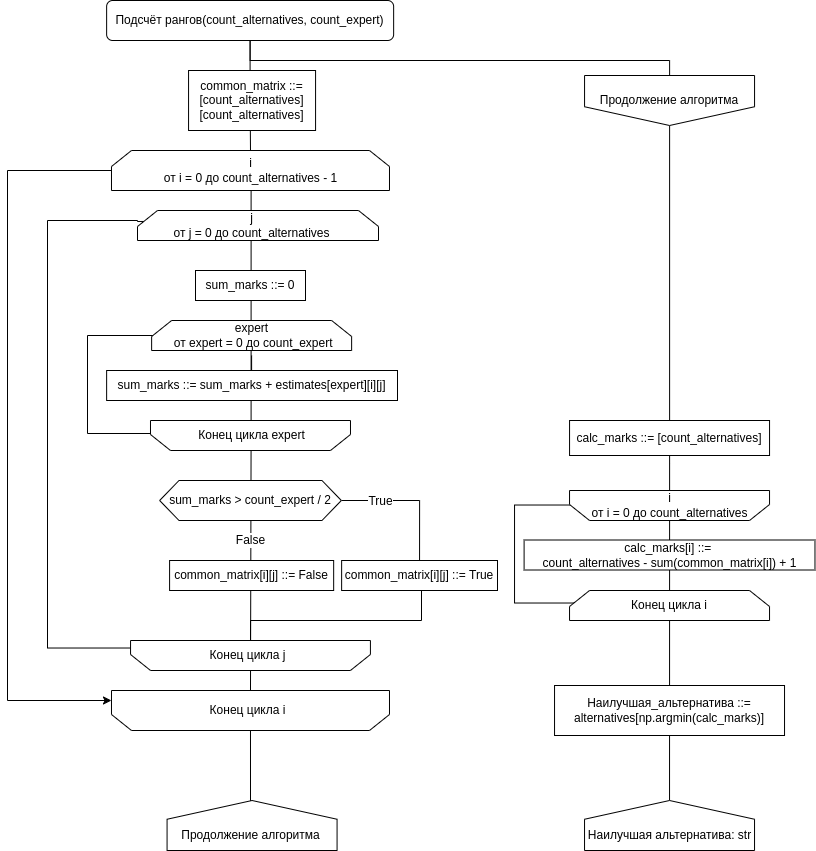
Above: 3_курс/5_семестр/ТСиСА/Курсовая/Диаграммы/диаграммы-Подсчёт рангов.drawio.png in Luzinsan/tusur (draw.io), before the change. Source tidied: cells renumbered, new cells last; positions are measured from the earlier drawing's top-left corner, leaving out a move shared by most shapes.
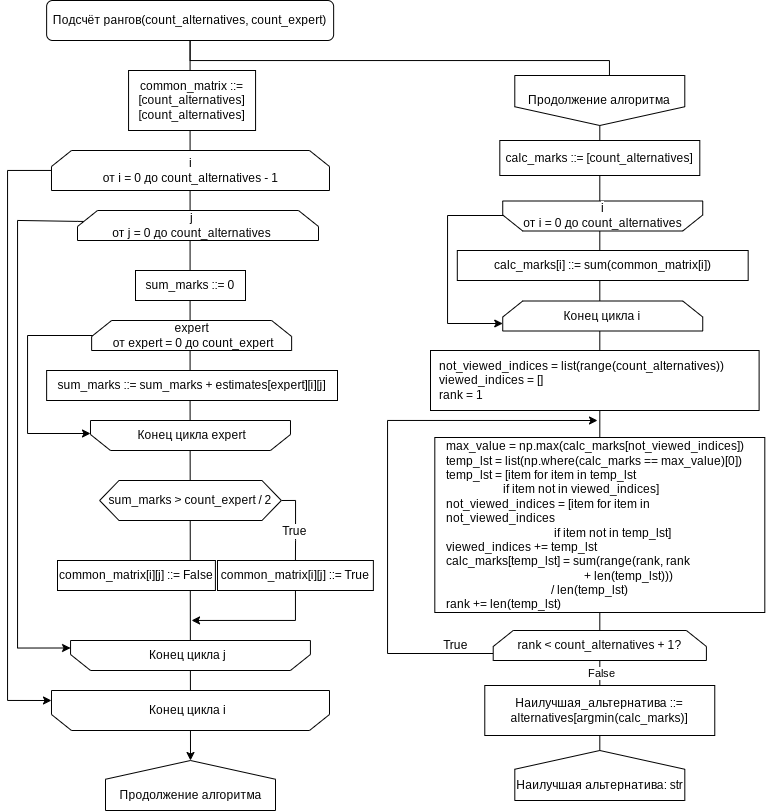
Later version of the same file.

Commit message:
ТСиСА (Курсач): правки диаграмм

What changed in the source:
```diff
@@ -2,31 +2,16 @@
   <root>
     <mxCell id="0" />
     <mxCell id="1" parent="0" />
-    <mxCell id="2" style="edgeStyle=orthogonalEdgeStyle;rounded=0;jettySize=auto;html=1;entryX=0.5;entryY=1;entryDx=0;entryDy=0;fontSize=12;endArrow=none;endFill=0;startArrow=none;exitX=0.503;exitY=1.004;exitDx=0;exitDy=0;exitPerimeter=0;" parent="1" edge="1" source="14" target="20">
-      <mxGeometry relative="1" as="geometry" />
-    </mxCell>
-    <mxCell id="3" value="False" style="edgeLabel;html=1;align=center;verticalAlign=middle;fontSize=12;" parent="2" vertex="1">
-      <mxGeometry x="0.36" y="1" relative="1" as="geometry">
-        <mxPoint x="-1" y="11" as="offset" />
-      </mxGeometry>
-    </mxCell>
-    <mxCell id="4" style="edgeStyle=orthogonalEdgeStyle;rounded=0;jettySize=auto;html=1;entryX=0.5;entryY=0;entryDx=0;entryDy=0;fontSize=12;endArrow=none;endFill=0;" parent="1" edge="1" source="22" target="13">
+    <mxCell id="4" style="edgeStyle=orthogonalEdgeStyle;rounded=0;jettySize=auto;html=1;fontSize=12;endArrow=classic;endFill=1;strokeWidth=1;" parent="1" edge="1" source="22">
       <mxGeometry relative="1" as="geometry">
+        <mxPoint x="244" y="620" as="targetPoint" />
         <Array as="points">
-          <mxPoint x="414" y="620" />
-          <mxPoint x="243" y="620" />
+          <mxPoint x="348" y="620" />
+          <mxPoint x="244" y="620" />
         </Array>
       </mxGeometry>
     </mxCell>
-    <mxCell id="5" style="edgeStyle=orthogonalEdgeStyle;rounded=0;jettySize=auto;html=1;entryX=0.5;entryY=0;entryDx=0;entryDy=0;fontSize=12;endArrow=none;endFill=0;" parent="1" edge="1" source="20">
-      <mxGeometry relative="1" as="geometry">
-        <mxPoint x="243" y="820" as="targetPoint" />
-      </mxGeometry>
-    </mxCell>
-    <mxCell id="6" style="edgeStyle=orthogonalEdgeStyle;rounded=0;jettySize=auto;html=1;entryX=0.5;entryY=0;entryDx=0;entryDy=0;fontSize=12;endArrow=none;endFill=0;" parent="1" edge="1" source="8" target="10">
-      <mxGeometry relative="1" as="geometry" />
-    </mxCell>
-    <mxCell id="7" style="edgeStyle=orthogonalEdgeStyle;rounded=0;jettySize=auto;html=1;entryX=0;entryY=0.75;entryDx=0;entryDy=0;fontSize=12;endArrow=classic;endFill=1;" parent="1" edge="1" source="19" target="28">
+    <mxCell id="7" style="edgeStyle=orthogonalEdgeStyle;rounded=0;jettySize=auto;html=1;entryX=1;entryY=0.541;entryDx=0;entryDy=0;fontSize=12;endArrow=classic;endFill=1;entryPerimeter=0;" parent="1" edge="1" source="19" target="28">
       <mxGeometry relative="1" as="geometry">
         <Array as="points">
           <mxPoint x="80" y="335" />
@@ -35,26 +20,29 @@
         </Array>
       </mxGeometry>
     </mxCell>
+    <mxCell id="46" style="edgeStyle=orthogonalEdgeStyle;rounded=0;jettySize=auto;html=1;entryX=0.5;entryY=1;entryDx=0;entryDy=0;" parent="1" edge="1" source="8" target="29">
+      <mxGeometry relative="1" as="geometry" />
+    </mxCell>
     <mxCell id="8" value="Подсчёт рангов(count_alternatives,&amp;nbsp;&lt;span style=&quot;background-color: rgb(255, 255, 255);&quot;&gt;count_expert&lt;/span&gt;)" style="rounded=1;whiteSpace=wrap;html=1;" parent="1" vertex="1">
       <mxGeometry x="99.1" width="287" height="40" as="geometry" />
     </mxCell>
     <mxCell id="9" style="edgeStyle=orthogonalEdgeStyle;rounded=0;jettySize=auto;html=1;entryX=1;entryY=0.75;entryDx=0;entryDy=0;fontSize=12;endArrow=classic;endFill=1;" parent="1" edge="1" source="10" target="20">
       <mxGeometry relative="1" as="geometry">
         <Array as="points">
-          <mxPoint y="170" />
-          <mxPoint y="700" />
+          <mxPoint x="60" y="170" />
+          <mxPoint x="60" y="700" />
         </Array>
       </mxGeometry>
     </mxCell>
     <mxCell id="10" style="shape=loopLimit;whiteSpace=wrap;html=1;labelBackgroundColor=none;fontSize=12;rotation=0;" parent="1" vertex="1">
       <mxGeometry x="104" y="150" width="278" height="40" as="geometry" />
     </mxCell>
-    <mxCell id="11" style="edgeStyle=orthogonalEdgeStyle;rounded=0;jettySize=auto;html=1;entryX=0;entryY=0.75;entryDx=0;entryDy=0;fontSize=12;endArrow=classic;endFill=1;exitX=0.027;exitY=0.365;exitDx=0;exitDy=0;exitPerimeter=0;" parent="1" edge="1" source="12" target="13">
+    <mxCell id="11" style="edgeStyle=orthogonalEdgeStyle;rounded=0;jettySize=auto;html=1;entryX=1;entryY=0.75;entryDx=0;entryDy=0;fontSize=12;endArrow=classic;endFill=1;exitX=0.027;exitY=0.365;exitDx=0;exitDy=0;exitPerimeter=0;" parent="1" edge="1" source="12" target="13">
       <mxGeometry relative="1" as="geometry">
         <Array as="points">
-          <mxPoint x="130" y="220" />
-          <mxPoint x="40" y="220" />
-          <mxPoint x="40" y="647" />
+          <mxPoint x="130" y="221" />
+          <mxPoint x="70" y="220" />
+          <mxPoint x="70" y="648" />
         </Array>
       </mxGeometry>
     </mxCell>
@@ -76,9 +64,6 @@
     <mxCell id="17" style="shape=loopLimit;whiteSpace=wrap;html=1;labelBackgroundColor=none;fontSize=12;rotation=0;" parent="1" vertex="1">
       <mxGeometry x="144.1" y="320" width="200" height="30" as="geometry" />
     </mxCell>
-    <mxCell id="18" style="edgeStyle=orthogonalEdgeStyle;rounded=0;jettySize=auto;html=1;fontSize=12;endArrow=none;endFill=0;" parent="1" edge="1" source="19" target="21">
-      <mxGeometry relative="1" as="geometry" />
-    </mxCell>
     <mxCell id="19" value="&lt;span style=&quot;background-color: rgb(255, 255, 255);&quot;&gt;expert&lt;br&gt;&amp;nbsp;от expert = 0 до count_expert&lt;/span&gt;" style="text;html=1;align=center;verticalAlign=middle;points=[];strokeColor=none;fillColor=none;fontSize=12;" parent="1" vertex="1">
       <mxGeometry x="149.1" y="315" width="190" height="40" as="geometry" />
     </mxCell>
@@ -89,28 +74,36 @@
       <mxGeometry x="99.1" y="370" width="290.9" height="30" as="geometry" />
     </mxCell>
     <mxCell id="22" value="common_matrix[i][j] ::= True" style="whiteSpace=wrap;html=1;labelBackgroundColor=none;fontSize=12;" parent="1" vertex="1">
-      <mxGeometry x="334.1" y="560" width="155.9" height="30" as="geometry" />
+      <mxGeometry x="270" y="560" width="155.9" height="30" as="geometry" />
     </mxCell>
     <mxCell id="23" value="&lt;font style=&quot;font-size: 12px;&quot;&gt;common_matrix ::= [count_alternatives][count_alternatives]&lt;/font&gt;" style="whiteSpace=wrap;html=1;labelBackgroundColor=none;fontSize=7;" parent="1" vertex="1">
       <mxGeometry x="181.1" y="70" width="127" height="60" as="geometry" />
     </mxCell>
     <mxCell id="24" style="edgeStyle=orthogonalEdgeStyle;rounded=0;jettySize=auto;html=1;exitX=1;exitY=0.5;exitDx=0;exitDy=0;entryX=0.5;entryY=0;entryDx=0;entryDy=0;fontSize=12;endArrow=none;endFill=0;" parent="1" edge="1" source="26" target="22">
-      <mxGeometry relative="1" as="geometry" />
+      <mxGeometry relative="1" as="geometry">
+        <Array as="points">
+          <mxPoint x="348" y="500" />
+          <mxPoint x="348" y="540" />
+          <mxPoint x="348" y="540" />
+        </Array>
+      </mxGeometry>
     </mxCell>
     <mxCell id="25" value="True" style="edgeLabel;html=1;align=center;verticalAlign=middle;fontSize=12;" parent="24" vertex="1">
-      <mxGeometry x="-0.43" y="-1" relative="1" as="geometry" />
+      <mxGeometry x="-0.43" y="-1" relative="1" as="geometry">
+        <mxPoint x="-1" y="24" as="offset" />
+      </mxGeometry>
     </mxCell>
     <mxCell id="26" value="sum_marks &amp;gt; count_expert / 2" style="shape=hexagon;perimeter=hexagonPerimeter2;whiteSpace=wrap;html=1;fixedSize=1;labelBackgroundColor=none;fontSize=12;size=19.379999999999995;" parent="1" vertex="1">
       <mxGeometry x="152.1" y="480" width="181.7" height="40" as="geometry" />
     </mxCell>
     <mxCell id="27" value="common_matrix[i][j] ::= False" style="whiteSpace=wrap;html=1;labelBackgroundColor=none;fontSize=12;" parent="1" vertex="1">
-      <mxGeometry x="162.1" y="560" width="164.1" height="30" as="geometry" />
+      <mxGeometry x="110" y="560" width="157.9" height="30" as="geometry" />
     </mxCell>
     <mxCell id="28" style="shape=loopLimit;whiteSpace=wrap;html=1;labelBackgroundColor=none;fontSize=12;rotation=-180;size=20;" parent="1" vertex="1">
       <mxGeometry x="143" y="420" width="200" height="30" as="geometry" />
     </mxCell>
     <mxCell id="29" style="shape=offPageConnector;whiteSpace=wrap;html=1;labelBackgroundColor=none;fontSize=12;rotation=-180;" parent="1" vertex="1">
-      <mxGeometry x="159.6" y="800" width="170" height="50" as="geometry" />
+      <mxGeometry x="158" y="760" width="170" height="50" as="geometry" />
     </mxCell>
     <mxCell id="30" style="edgeStyle=orthogonalEdgeStyle;rounded=0;jettySize=auto;html=1;entryX=0.5;entryY=1;entryDx=0;entryDy=0;fontSize=12;endArrow=none;endFill=0;" parent="1" edge="1" source="32" target="8">
       <mxGeometry relative="1" as="geometry">
@@ -123,45 +116,44 @@
     <mxCell id="31" style="edgeStyle=orthogonalEdgeStyle;rounded=0;jettySize=auto;html=1;entryX=0.5;entryY=1;entryDx=0;entryDy=0;fontSize=12;endArrow=none;endFill=0;" parent="1" edge="1" source="32" target="33">
       <mxGeometry relative="1" as="geometry" />
     </mxCell>
+    <mxCell id="3" value="False" style="edgeLabel;html=1;align=center;verticalAlign=middle;" parent="31" vertex="1">
+      <mxGeometry x="0.75" y="1" relative="1" as="geometry" />
+    </mxCell>
     <mxCell id="32" value="&lt;span style=&quot;&quot;&gt;Продолжение алгоритма&lt;/span&gt;" style="shape=offPageConnector;whiteSpace=wrap;html=1;labelBackgroundColor=none;fontSize=12;" parent="1" vertex="1">
-      <mxGeometry x="577.1" y="75" width="170" height="50" as="geometry" />
+      <mxGeometry x="567.3" y="75" width="170" height="50" as="geometry" />
     </mxCell>
     <mxCell id="33" style="shape=offPageConnector;whiteSpace=wrap;html=1;labelBackgroundColor=none;fontSize=12;rotation=-180;" parent="1" vertex="1">
-      <mxGeometry x="577" y="800" width="170" height="50" as="geometry" />
+      <mxGeometry x="567.3" y="750" width="170" height="50" as="geometry" />
     </mxCell>
     <mxCell id="34" value="calc_marks ::= [count_alternatives]" style="whiteSpace=wrap;html=1;labelBackgroundColor=none;fontSize=12;" parent="1" vertex="1">
-      <mxGeometry x="562.1" y="420" width="200" height="35" as="geometry" />
+      <mxGeometry x="552.3" y="140" width="200" height="35" as="geometry" />
     </mxCell>
     <mxCell id="35" style="edgeStyle=orthogonalEdgeStyle;rounded=0;jettySize=auto;html=1;entryX=0;entryY=0.75;entryDx=0;entryDy=0;fontSize=12;endArrow=classic;endFill=1;" parent="1" edge="1" source="37" target="39">
       <mxGeometry relative="1" as="geometry">
         <Array as="points">
-          <mxPoint x="507" y="504.5" />
-          <mxPoint x="507" y="602.5" />
-          <mxPoint x="570" y="602.5" />
+          <mxPoint x="500" y="215" />
+          <mxPoint x="500" y="323" />
         </Array>
       </mxGeometry>
     </mxCell>
     <mxCell id="36" style="shape=loopLimit;whiteSpace=wrap;html=1;labelBackgroundColor=none;fontSize=12;rotation=-180;" parent="1" vertex="1">
-      <mxGeometry x="562" y="490" width="200" height="30" as="geometry" />
+      <mxGeometry x="555.2" y="200.5" width="200" height="30" as="geometry" />
     </mxCell>
     <mxCell id="37" value="&lt;span style=&quot;background-color: rgb(255, 255, 255);&quot;&gt;i&lt;br&gt;от i = 0 до count_alternatives&lt;/span&gt;" style="text;html=1;align=center;verticalAlign=middle;points=[];strokeColor=none;fillColor=none;fontSize=12;" parent="1" vertex="1">
-      <mxGeometry x="572" y="484.5" width="180" height="40" as="geometry" />
+      <mxGeometry x="565.2" y="195" width="180" height="40" as="geometry" />
     </mxCell>
-    <mxCell id="38" value="calc_marks[i] ::= &lt;br&gt;count_alternatives - sum(common_matrix[i]) + 1" style="whiteSpace=wrap;html=1;labelBackgroundColor=none;fontSize=12;" parent="1" vertex="1">
-      <mxGeometry x="516.6" y="539.5" width="290.9" height="30" as="geometry" />
+    <mxCell id="38" value="calc_marks[i] ::= sum(common_matrix[i])" style="whiteSpace=wrap;html=1;labelBackgroundColor=none;fontSize=12;" parent="1" vertex="1">
+      <mxGeometry x="509.8" y="250" width="290.9" height="30" as="geometry" />
     </mxCell>
     <mxCell id="39" value="Конец цикла i" style="shape=loopLimit;whiteSpace=wrap;html=1;labelBackgroundColor=none;fontSize=12;rotation=0;size=20;" parent="1" vertex="1">
-      <mxGeometry x="562" y="590" width="200" height="30" as="geometry" />
+      <mxGeometry x="555.2" y="300.5" width="200" height="30" as="geometry" />
     </mxCell>
-    <mxCell id="40" value="Наилучшая_альтернатива ::= alternatives[np.argmin(calc_marks)]" style="whiteSpace=wrap;html=1;labelBackgroundColor=none;fontSize=12;" parent="1" vertex="1">
-      <mxGeometry x="547" y="685" width="230" height="50" as="geometry" />
+    <mxCell id="40" value="Наилучшая_альтернатива ::= alternatives[argmin(calc_marks)]" style="whiteSpace=wrap;html=1;labelBackgroundColor=none;fontSize=12;" parent="1" vertex="1">
+      <mxGeometry x="537.3" y="685" width="230" height="50" as="geometry" />
     </mxCell>
     <mxCell id="41" value="&lt;span style=&quot;&quot;&gt;Наилучшая альтернатива: str&lt;/span&gt;" style="text;html=1;align=center;verticalAlign=middle;strokeColor=none;fillColor=none;fontSize=12;" parent="1" vertex="1">
-      <mxGeometry x="567.1" y="820" width="190" height="30" as="geometry" />
+      <mxGeometry x="557.3" y="770" width="190" height="30" as="geometry" />
     </mxCell>
-    <mxCell id="42" value="Продолжение алгоритма" style="text;html=1;align=center;verticalAlign=middle;strokeColor=none;fillColor=none;fontSize=12;" parent="1" vertex="1">
-      <mxGeometry x="163" y="820" width="160" height="30" as="geometry" />
-    </mxCell>
     <mxCell id="43" value="&lt;span style=&quot;background-color: rgb(255, 255, 255);&quot;&gt;Конец цикла i&lt;/span&gt;" style="text;html=1;align=center;verticalAlign=middle;strokeColor=none;fillColor=none;fontSize=12;" parent="1" vertex="1">
       <mxGeometry x="190" y="695" width="100" height="30" as="geometry" />
     </mxCell>
@@ -171,5 +163,31 @@
     <mxCell id="45" value="&lt;span style=&quot;background-color: rgb(255, 255, 255);&quot;&gt;Конец цикла&amp;nbsp;&lt;/span&gt;&lt;span style=&quot;background-color: rgb(255, 255, 255);&quot;&gt;expert&lt;/span&gt;" style="text;html=1;align=center;verticalAlign=middle;strokeColor=none;fillColor=none;fontSize=12;" parent="1" vertex="1">
       <mxGeometry x="179.1" y="420" width="130" height="30" as="geometry" />
     </mxCell>
+    <mxCell id="47" value="&lt;div&gt;not_viewed_indices = list(range(count_alternatives))&lt;/div&gt;&lt;div&gt;viewed_indices = []&lt;/div&gt;&lt;div&gt;&lt;span style=&quot;background-color: initial;&quot;&gt;rank = 1&lt;/span&gt;&lt;/div&gt;" style="whiteSpace=wrap;html=1;align=left;spacingLeft=7;" parent="1" vertex="1">
+      <mxGeometry x="483" y="350" width="328.6" height="60" as="geometry" />
+    </mxCell>
+    <mxCell id="48" style="edgeStyle=orthogonalEdgeStyle;rounded=0;jettySize=auto;html=1;entryX=0;entryY=0.75;entryDx=0;entryDy=0;fontSize=12;endArrow=none;endFill=0;startArrow=classic;startFill=1;" parent="1" edge="1" target="50">
+      <mxGeometry relative="1" as="geometry">
+        <mxPoint x="650" y="420" as="sourcePoint" />
+        <Array as="points">
+          <mxPoint x="650" y="420" />
+          <mxPoint x="440" y="420" />
+          <mxPoint x="440" y="653" />
+          <mxPoint x="546" y="653" />
+        </Array>
+      </mxGeometry>
+    </mxCell>
+    <mxCell id="49" value="&lt;div&gt;m&lt;span style=&quot;background-color: initial;&quot;&gt;ax_value = np.max(calc_marks[not_viewed_indices])&lt;/span&gt;&lt;/div&gt;&lt;div&gt;temp_lst = list(np.where(calc_marks == max_value)[0])&lt;/div&gt;&lt;div&gt;temp_lst = [item for item in temp_lst&amp;nbsp;&lt;/div&gt;&lt;div&gt;&lt;span style=&quot;white-space: pre;&quot;&gt;&#9;&lt;/span&gt;&lt;span style=&quot;white-space: pre;&quot;&gt;&#9;&lt;/span&gt;&amp;nbsp; &amp;nbsp;if item not in viewed_indices]&lt;/div&gt;&lt;div&gt;not_viewed_indices = [item for item in not_viewed_indices&amp;nbsp;&lt;/div&gt;&lt;div&gt;&lt;span style=&quot;white-space: pre;&quot;&gt;&#9;&lt;/span&gt;&lt;span style=&quot;white-space: pre;&quot;&gt;&#9;&lt;/span&gt;&lt;span style=&quot;white-space: pre;&quot;&gt;&#9;&lt;/span&gt;&lt;span style=&quot;white-space: pre;&quot;&gt;&#9;&lt;/span&gt;&amp;nbsp; &amp;nbsp; if item not in temp_lst]&lt;/div&gt;&lt;div&gt;viewed_indices += temp_lst&lt;/div&gt;&lt;div&gt;calc_marks[temp_lst] = sum(range(rank, rank&amp;nbsp;&lt;/div&gt;&lt;div&gt;&lt;span style=&quot;white-space: pre;&quot;&gt;&#9;&lt;/span&gt;&lt;span style=&quot;white-space: pre;&quot;&gt;&#9;&lt;/span&gt;&lt;span style=&quot;white-space: pre;&quot;&gt;&#9;&lt;/span&gt;&lt;span style=&quot;white-space: pre;&quot;&gt;&#9;&lt;/span&gt;&lt;span style=&quot;white-space: pre;&quot;&gt;&#9;&lt;/span&gt;&amp;nbsp; &amp;nbsp; &amp;nbsp; + len(temp_lst)))&amp;nbsp;&lt;/div&gt;&lt;div&gt;&lt;span style=&quot;white-space: pre;&quot;&gt;&#9;&lt;/span&gt;&lt;span style=&quot;white-space: pre;&quot;&gt;&#9;&lt;/span&gt;&lt;span style=&quot;white-space: pre;&quot;&gt;&#9;&lt;/span&gt;&lt;span style=&quot;white-space: pre;&quot;&gt;&#9;&lt;/span&gt;&amp;nbsp; &amp;nbsp;/ len(temp_lst)&lt;/div&gt;&lt;div&gt;rank += len(temp_lst)&lt;/div&gt;" style="whiteSpace=wrap;html=1;labelBackgroundColor=none;fontSize=12;align=left;spacingLeft=10;" parent="1" vertex="1">
+      <mxGeometry x="487.3" y="437" width="330" height="175" as="geometry" />
+    </mxCell>
+    <mxCell id="50" value="rank &amp;lt; count_alternatives + 1?" style="shape=loopLimit;whiteSpace=wrap;html=1;labelBackgroundColor=none;fontSize=12;rotation=0;size=20;" parent="1" vertex="1">
+      <mxGeometry x="545.7" y="630" width="213.2" height="30" as="geometry" />
+    </mxCell>
+    <mxCell id="51" value="True" style="text;html=1;align=center;verticalAlign=middle;strokeColor=none;fillColor=none;" parent="1" vertex="1">
+      <mxGeometry x="483" y="630" width="50" height="30" as="geometry" />
+    </mxCell>
+    <mxCell id="42" value="Продолжение алгоритма" style="text;html=1;align=center;verticalAlign=middle;strokeColor=none;fillColor=none;fontSize=12;" parent="1" vertex="1">
+      <mxGeometry x="163" y="780" width="160" height="30" as="geometry" />
+    </mxCell>
   </root>
 </mxGraphModel>
```
